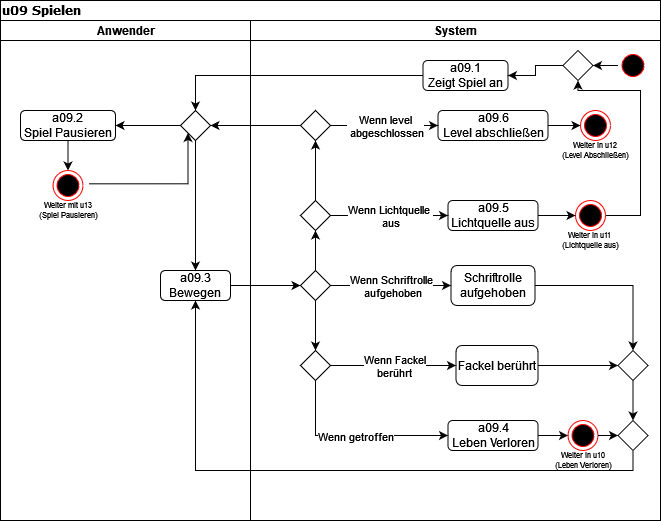
Above: u09.drawio.png in Skill3rboy/OOS (draw.io), before the change. Source tidied: cells renumbered, new cells last; positions are measured from the earlier drawing's top-left corner, leaving out a move shared by most shapes.
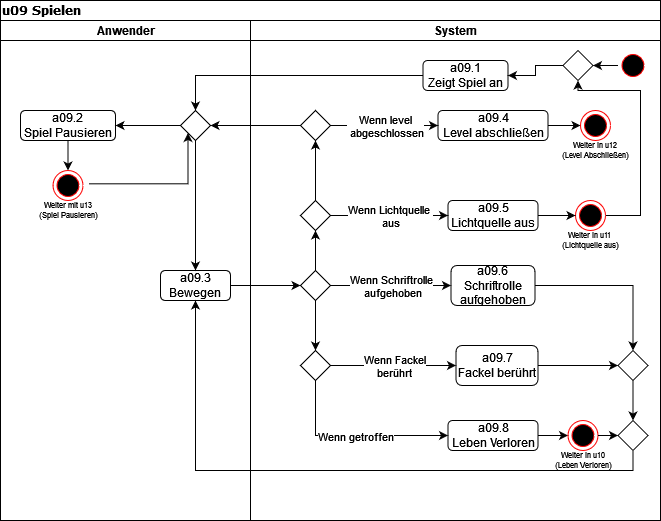
Later version of the same file.

What changed in the source:
```diff
@@ -50,7 +50,7 @@
     <mxCell id="17" style="edgeStyle=orthogonalEdgeStyle;rounded=0;jettySize=auto;html=1;exitX=1;exitY=0.5;exitDx=0;exitDy=0;entryX=0;entryY=0.5;entryDx=0;entryDy=0;" parent="13" edge="1" source="18" target="30">
       <mxGeometry relative="1" as="geometry" />
     </mxCell>
-    <mxCell id="18" value="&lt;div&gt;a09.4&lt;/div&gt;&lt;div&gt;Leben Verloren&lt;/div&gt;" style="rounded=1;whiteSpace=wrap;html=1;" parent="13" vertex="1">
+    <mxCell id="18" value="&lt;div&gt;a09.8&lt;/div&gt;&lt;div&gt;Leben Verloren&lt;/div&gt;" style="rounded=1;whiteSpace=wrap;html=1;" parent="13" vertex="1">
       <mxGeometry x="197.5" y="400" width="90" height="30" as="geometry" />
     </mxCell>
     <mxCell id="19" style="edgeStyle=orthogonalEdgeStyle;rounded=0;jettySize=auto;html=1;exitX=0.5;exitY=0;exitDx=0;exitDy=0;entryX=0.5;entryY=1;entryDx=0;entryDy=0;" parent="13" edge="1" source="21" target="37">
@@ -65,7 +65,7 @@
     <mxCell id="22" style="edgeStyle=orthogonalEdgeStyle;rounded=0;jettySize=auto;html=1;exitX=1;exitY=0.5;exitDx=0;exitDy=0;entryX=0;entryY=0.5;entryDx=0;entryDy=0;" parent="13" edge="1" source="23" target="31">
       <mxGeometry relative="1" as="geometry" />
     </mxCell>
-    <mxCell id="23" value="&lt;div&gt;a09.6&lt;/div&gt;&lt;div&gt;Level abschließen&lt;/div&gt;" style="rounded=1;whiteSpace=wrap;html=1;" parent="13" vertex="1">
+    <mxCell id="23" value="&lt;div&gt;a09.4&lt;/div&gt;&lt;div&gt;Level abschließen&lt;/div&gt;" style="rounded=1;whiteSpace=wrap;html=1;" parent="13" vertex="1">
       <mxGeometry x="187.5" y="90" width="110" height="30" as="geometry" />
     </mxCell>
     <mxCell id="24" value="Weiter in u10&lt;br&gt;(Leben Verloren)" style="text;html=1;strokeColor=none;fillColor=none;align=center;verticalAlign=middle;whiteSpace=wrap;rounded=0;fontSize=8;" parent="13" vertex="1">
@@ -137,13 +137,13 @@
     <mxCell id="44" style="edgeStyle=orthogonalEdgeStyle;rounded=0;jettySize=auto;html=1;exitX=1;exitY=0.5;exitDx=0;exitDy=0;entryX=0.5;entryY=0;entryDx=0;entryDy=0;" parent="13" edge="1" source="45" target="56">
       <mxGeometry relative="1" as="geometry" />
     </mxCell>
-    <mxCell id="45" value="Schriftrolle aufgehoben" style="rounded=1;whiteSpace=wrap;html=1;" parent="13" vertex="1">
+    <mxCell id="45" value="a09.6&lt;br&gt;Schriftrolle aufgehoben" style="rounded=1;whiteSpace=wrap;html=1;" parent="13" vertex="1">
       <mxGeometry x="200.5" y="245" width="84" height="40" as="geometry" />
     </mxCell>
     <mxCell id="46" style="edgeStyle=orthogonalEdgeStyle;rounded=0;jettySize=auto;html=1;exitX=1;exitY=0.5;exitDx=0;exitDy=0;entryX=0;entryY=0.5;entryDx=0;entryDy=0;" parent="13" edge="1" source="47" target="56">
       <mxGeometry relative="1" as="geometry" />
     </mxCell>
-    <mxCell id="47" value="Fackel berührt" style="rounded=1;whiteSpace=wrap;html=1;" parent="13" vertex="1">
+    <mxCell id="47" value="&lt;div&gt;a09.7&lt;/div&gt;&lt;div&gt;Fackel berührt&lt;/div&gt;" style="rounded=1;whiteSpace=wrap;html=1;" parent="13" vertex="1">
       <mxGeometry x="205.5" y="325" width="82" height="40" as="geometry" />
     </mxCell>
     <mxCell id="48" style="endArrow=classic;html=1;rounded=0;exitX=1;exitY=0.5;exitDx=0;exitDy=0;entryX=0;entryY=0.5;entryDx=0;entryDy=0;" parent="13" edge="1" source="21" target="45">
```
